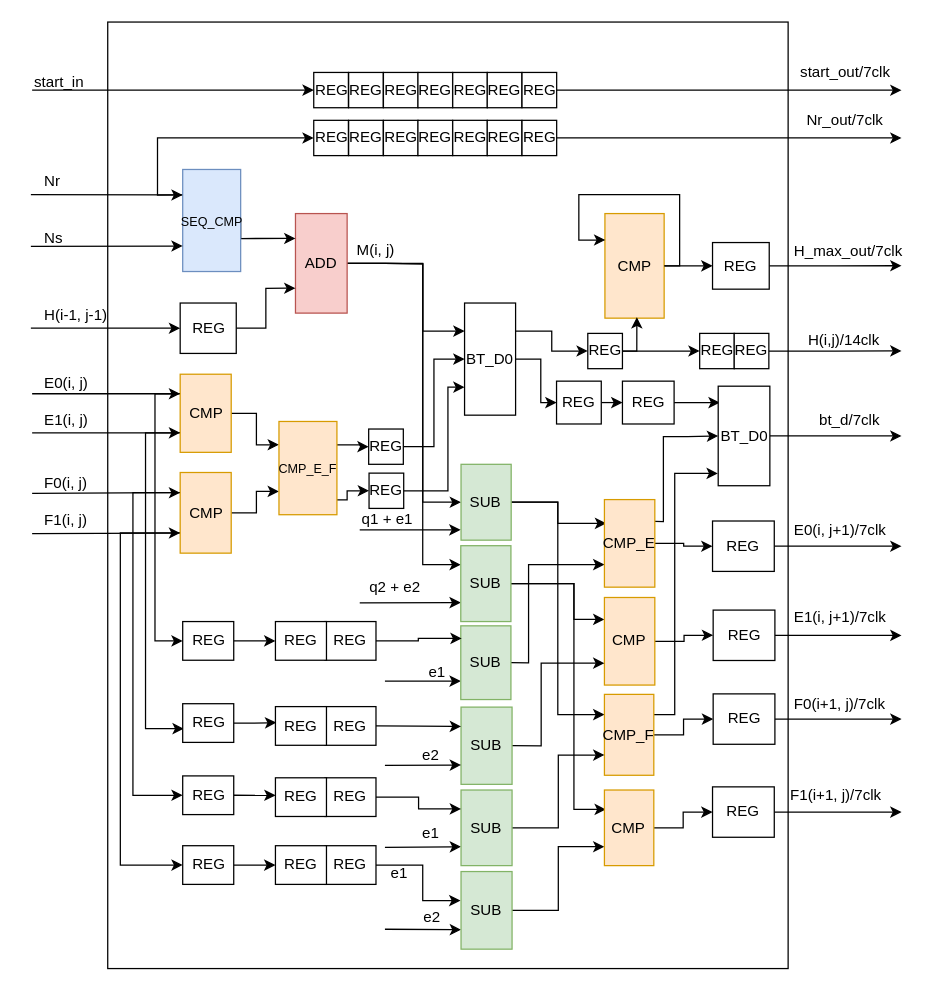
The draw.io diagram page "PE0" (8 of 21) of FPGA_output.drawio in muguang123/drwaio, before the edit. Source tidied: cells renumbered, new cells numbered last; positions are measured from the earlier drawing's top-left corner, leaving out a move shared by most shapes. Both pictures are drawn from the tidied source at 126%, with x=0, y=0 at pixel (30, 21).
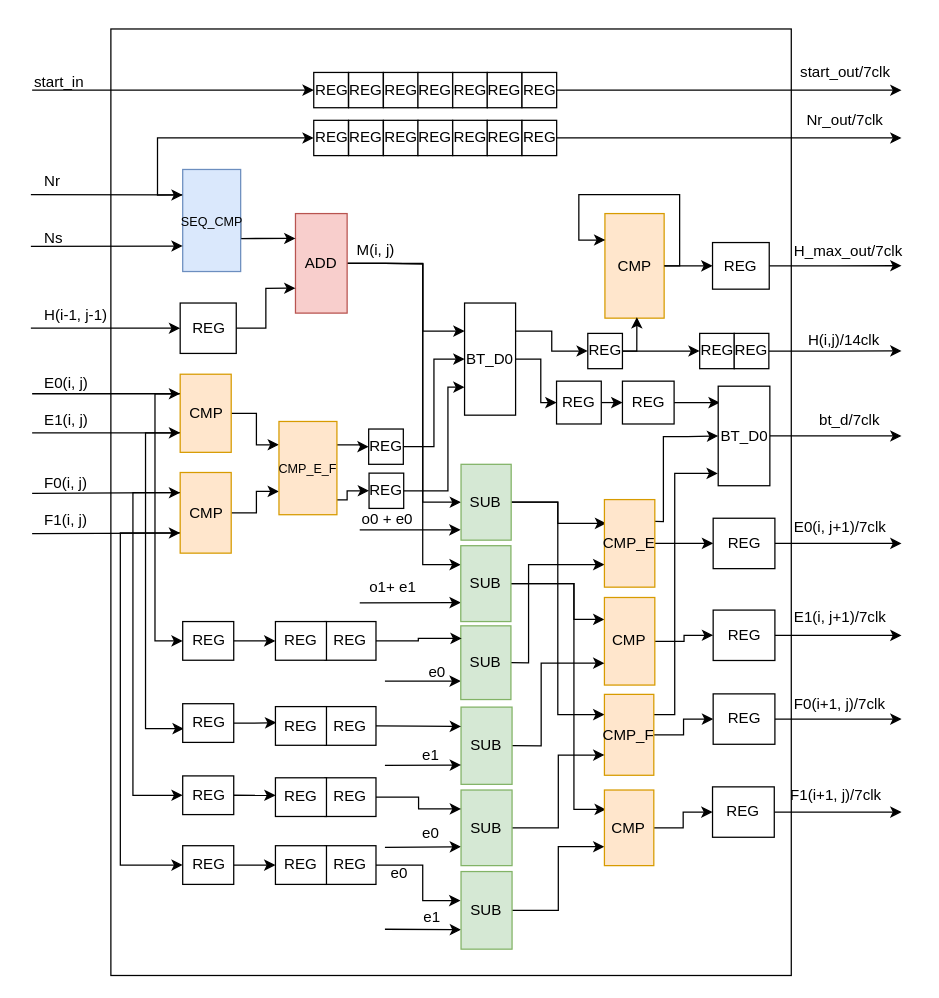
After the change.

Change to the diagram source:
```diff
@@
-    <mxCell id="35" value="q2 + e2&lt;br&gt;" style="text;html=1;align=left;verticalAlign=top;spacingTop=-4;" parent="1" vertex="1">
-      <mxGeometry x="267.2" y="438.5" width="60" height="20" as="geometry" />
+    <mxCell id="35" value="o1+ e1" style="text;html=1;align=left;verticalAlign=top;spacingTop=-4;" parent="1" vertex="1">
+      <mxGeometry x="267.2" y="438.5" width="50" height="20" as="geometry" />
     </mxCell>
@@
-    <mxCell id="39" value="e1" style="text;html=1;align=left;verticalAlign=top;spacingTop=-4;" parent="1" vertex="1">
+    <mxCell id="39" value="e0" style="text;html=1;align=left;verticalAlign=top;spacingTop=-4;" parent="1" vertex="1">
       <mxGeometry x="313.7" y="506.2" width="30" height="20" as="geometry" />
     </mxCell>
@@
-    <mxCell id="41" value="e2" style="text;html=1;align=left;verticalAlign=top;spacingTop=-4;" parent="1" vertex="1">
+    <mxCell id="41" value="e1" style="text;html=1;align=left;verticalAlign=top;spacingTop=-4;" parent="1" vertex="1">
       <mxGeometry x="308.7" y="572" width="30" height="20" as="geometry" />
     </mxCell>
@@
     <mxCell id="46" value="E0(i, j+1)/7clk" style="text;html=1;align=left;verticalAlign=top;spacingTop=-4;" parent="1" vertex="1">
-      <mxGeometry x="603.5" y="393.6" width="90" height="20" as="geometry" />
+      <mxGeometry x="603.5" y="391" width="90" height="20" as="geometry" />
     </mxCell>
-    <mxCell id="47" value="e1" style="text;html=1;align=left;verticalAlign=top;spacingTop=-4;" parent="1" vertex="1">
+    <mxCell id="47" value="e0" style="text;html=1;align=left;verticalAlign=top;spacingTop=-4;" parent="1" vertex="1">
       <mxGeometry x="283.7" y="665.5" width="30" height="20" as="geometry" />
     </mxCell>
@@
-    <mxCell id="52" value="e2" style="text;html=1;align=left;verticalAlign=top;spacingTop=-4;" parent="1" vertex="1">
+    <mxCell id="52" value="e1" style="text;html=1;align=left;verticalAlign=top;spacingTop=-4;" parent="1" vertex="1">
       <mxGeometry x="310" y="701" width="30" height="20" as="geometry" />
     </mxCell>
@@
-    <mxCell id="72" style="edgeStyle=orthogonalEdgeStyle;rounded=0;jettySize=auto;html=1;exitX=1;exitY=0.5;exitDx=0;exitDy=0;" parent="1" edge="1" source="73">
-      <mxGeometry relative="1" as="geometry">
-        <mxPoint x="691" y="416" as="targetPoint" />
-      </mxGeometry>
-    </mxCell>
+    <mxCell id="154" style="edgeStyle=orthogonalEdgeStyle;rounded=0;jettySize=auto;html=1;exitX=1;exitY=0.5;exitDx=0;exitDy=0;" parent="1" edge="1" source="73">
+      <mxGeometry relative="1" as="geometry">
+        <mxPoint x="691" y="413.8" as="targetPoint" />
+      </mxGeometry>
+    </mxCell>
     <mxCell id="73" value="REG" style="rounded=0;whiteSpace=wrap;html=1;" parent="1" vertex="1">
-      <mxGeometry x="541" y="396" width="49" height="40" as="geometry" />
+      <mxGeometry x="541.5" y="393.8" width="49" height="40" as="geometry" />
     </mxCell>
@@
-    <mxCell id="143" value="e1" style="text;html=1;align=left;verticalAlign=top;spacingTop=-4;" parent="1" vertex="1">
+    <mxCell id="143" value="e0" style="text;html=1;align=left;verticalAlign=top;spacingTop=-4;" parent="1" vertex="1">
       <mxGeometry x="308.7" y="634.1" width="30" height="20" as="geometry" />
     </mxCell>
@@
-    <mxCell id="145" value="q1 + e1" style="text;html=1;align=left;verticalAlign=top;spacingTop=-4;" parent="1" vertex="1">
-      <mxGeometry x="261" y="384.5" width="60" height="10" as="geometry" />
+    <mxCell id="145" value="o0 + e0" style="text;html=1;align=left;verticalAlign=top;spacingTop=-4;" parent="1" vertex="1">
+      <mxGeometry x="261" y="384.5" width="60" height="20" as="geometry" />
     </mxCell>
@@
     <mxCell id="152" style="rounded=0;whiteSpace=wrap;html=1;fillColor=none;" parent="1" vertex="1">
-      <mxGeometry x="61" width="540" height="751.2" as="geometry" />
+      <mxGeometry x="63.5" y="5.5" width="540" height="751.2" as="geometry" />
     </mxCell>
```
